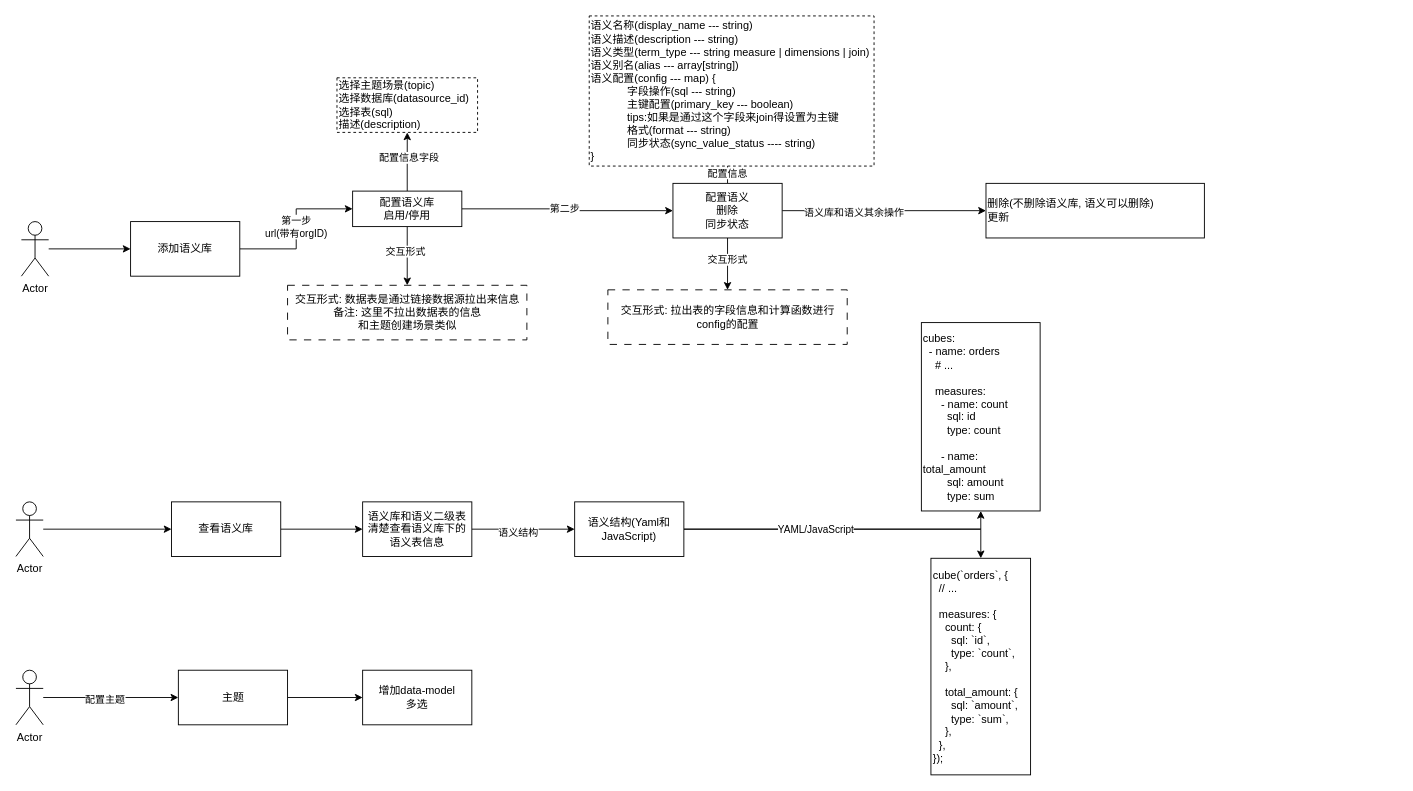
This is cubejs.drawio from JackDan9/soil, a draw.io file, before an edit. Source tidied: cells renumbered, new cells numbered last; positions are measured from the earlier drawing's top-left corner, leaving out a move shared by most shapes. Both pictures are drawn from the tidied source at 91%, with x=0, y=0 at pixel (15, 15).
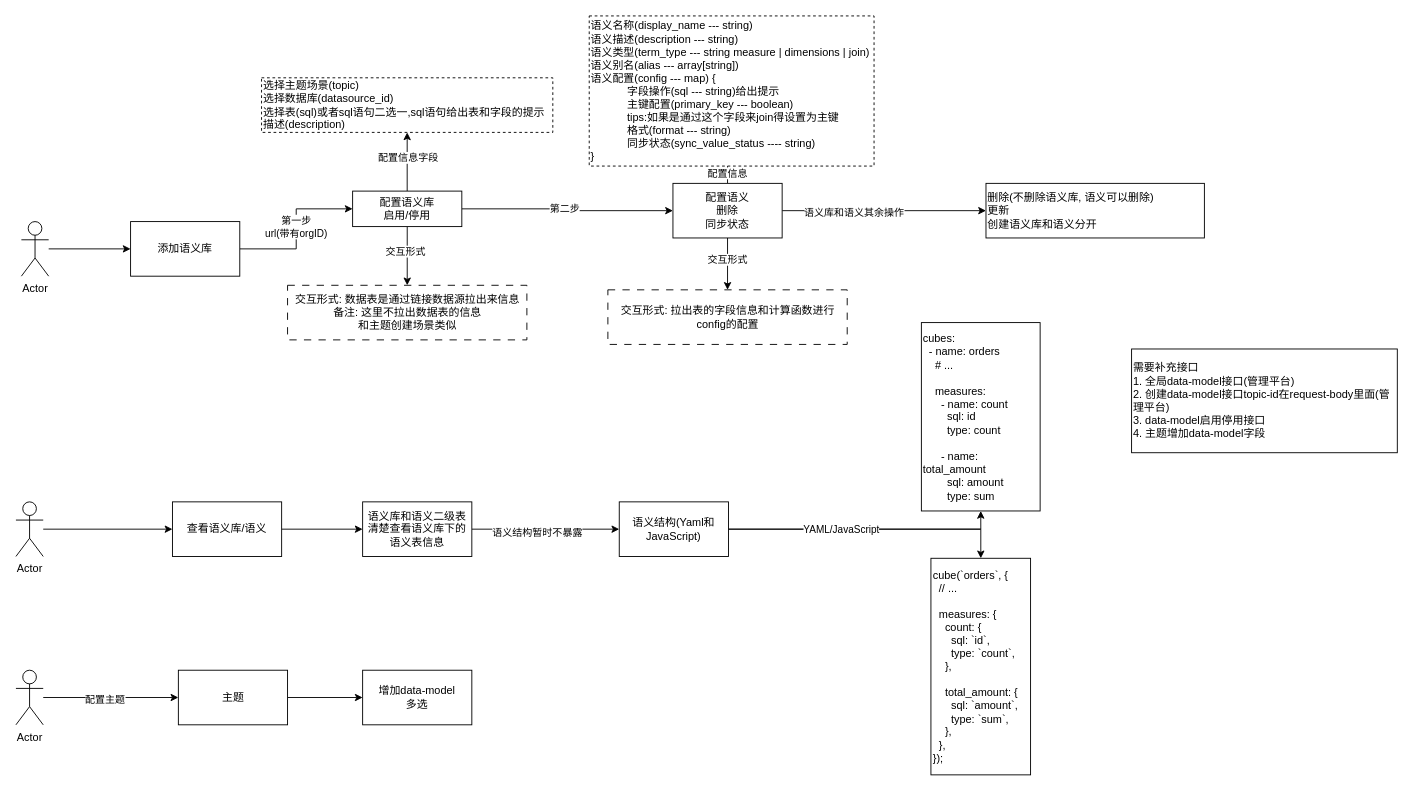
Above is the later version.

Unchanged cells that the change refers to:
```xml
<mxCell id="29" style="edgeStyle=orthogonalEdgeStyle;rounded=0;jettySize=auto;html=1;" parent="1" edge="1" source="31" target="35">
  <mxGeometry relative="1" as="geometry" />
</mxCell>
```

The edit, as a diff of the source:
```diff
@@
-    <mxCell id="21" value="选择主题场景(topic)&lt;br&gt;选择数据库(datasource_id)&lt;br&gt;选择表(sql)&lt;br&gt;描述(description)" style="rounded=0;whiteSpace=wrap;html=1;dashed=1;align=left;" parent="1" vertex="1">
-      <mxGeometry x="352.8" y="68" width="154.5" height="60" as="geometry" />
+    <mxCell id="21" value="选择主题场景(topic)&lt;br&gt;选择数据库(datasource_id)&lt;br&gt;选择表(sql)或者sql语句二选一,sql语句给出表和字段的提示&lt;br&gt;描述(description)" style="rounded=0;whiteSpace=wrap;html=1;dashed=1;align=left;" parent="1" vertex="1">
+      <mxGeometry x="269.9" y="68" width="320.1" height="60" as="geometry" />
     </mxCell>
-    <mxCell id="22" value="语义名称(display_name --- string)&lt;br&gt;语义描述(description --- string)&lt;br&gt;语义类型(term_type --- string measure | dimensions | join)&lt;br&gt;语义别名(alias --- array[string])&lt;br&gt;语义配置(config --- map) {&lt;br&gt;&lt;blockquote style=&quot;margin: 0 0 0 40px; border: none; padding: 0px;&quot;&gt;字段操作(sql --- string)&lt;br&gt;主键配置(primary_key --- boolean)&lt;br&gt;tips:如果是通过这个字段来join得设置为主键&lt;br&gt;格式(format --- string)&lt;br&gt;同步状态(sync_value_status ---- string)&lt;/blockquote&gt;}" style="rounded=0;whiteSpace=wrap;html=1;dashed=1;align=left;" parent="1" vertex="1">
+    <mxCell id="22" value="语义名称(display_name --- string)&lt;br&gt;语义描述(description --- string)&lt;br&gt;语义类型(term_type --- string measure | dimensions | join)&lt;br&gt;语义别名(alias --- array[string])&lt;br&gt;语义配置(config --- map) {&lt;br&gt;&lt;blockquote style=&quot;margin: 0 0 0 40px; border: none; padding: 0px;&quot;&gt;字段操作(sql --- string)给出提示&lt;br&gt;主键配置(primary_key --- boolean)&lt;br&gt;tips:如果是通过这个字段来join得设置为主键&lt;br&gt;格式(format --- string)&lt;br&gt;同步状态(sync_value_status ---- string)&lt;/blockquote&gt;}" style="rounded=0;whiteSpace=wrap;html=1;dashed=1;align=left;" parent="1" vertex="1">
       <mxGeometry x="630" width="313" height="165" as="geometry" />
     </mxCell>
@@
-    <mxCell id="27" value="查看语义库" style="rounded=0;whiteSpace=wrap;html=1;" parent="1" vertex="1">
-      <mxGeometry x="171" y="534" width="120" height="60" as="geometry" />
+    <mxCell id="27" value="查看语义库/语义" style="rounded=0;whiteSpace=wrap;html=1;" parent="1" vertex="1">
+      <mxGeometry x="172" y="534" width="120" height="60" as="geometry" />
     </mxCell>
@@
-    <mxCell id="30" value="语义结构" style="edgeLabel;html=1;align=center;verticalAlign=middle;" parent="29" vertex="1">
+    <mxCell id="30" value="语义结构暂时不暴露" style="edgeLabel;html=1;align=center;verticalAlign=middle;" parent="29" vertex="1">
       <mxGeometry x="-0.12" y="-3" relative="1" as="geometry" />
     </mxCell>
@@
     <mxCell id="35" value="语义结构(Yaml和JavaScript)" style="whiteSpace=wrap;html=1;rounded=0;" parent="1" vertex="1">
-      <mxGeometry x="614" y="534" width="120" height="60" as="geometry" />
+      <mxGeometry x="663" y="534" width="120" height="60" as="geometry" />
     </mxCell>
@@
-    <mxCell id="38" value="删除(不删除语义库, 语义可以删除)&lt;br&gt;更新" style="whiteSpace=wrap;html=1;rounded=0;align=left;" parent="1" vertex="1">
+    <mxCell id="38" value="删除(不删除语义库, 语义可以删除)&lt;br&gt;更新&lt;br&gt;创建语义库和语义分开" style="whiteSpace=wrap;html=1;rounded=0;align=left;" parent="1" vertex="1">
       <mxGeometry x="1066" y="184" width="240" height="60" as="geometry" />
     </mxCell>
@@
+    <mxCell id="45" value="需要补充接口&lt;br&gt;1. 全局data-model接口(管理平台)&lt;br&gt;2. 创建data-model接口topic-id在request-body里面(管理平台)&lt;br&gt;3. data-model启用停用接口&lt;br&gt;4. 主题增加data-model字段" style="rounded=0;whiteSpace=wrap;html=1;align=left;" parent="1" vertex="1">
+      <mxGeometry x="1226" y="366" width="292" height="114" as="geometry" />
+    </mxCell>
```
